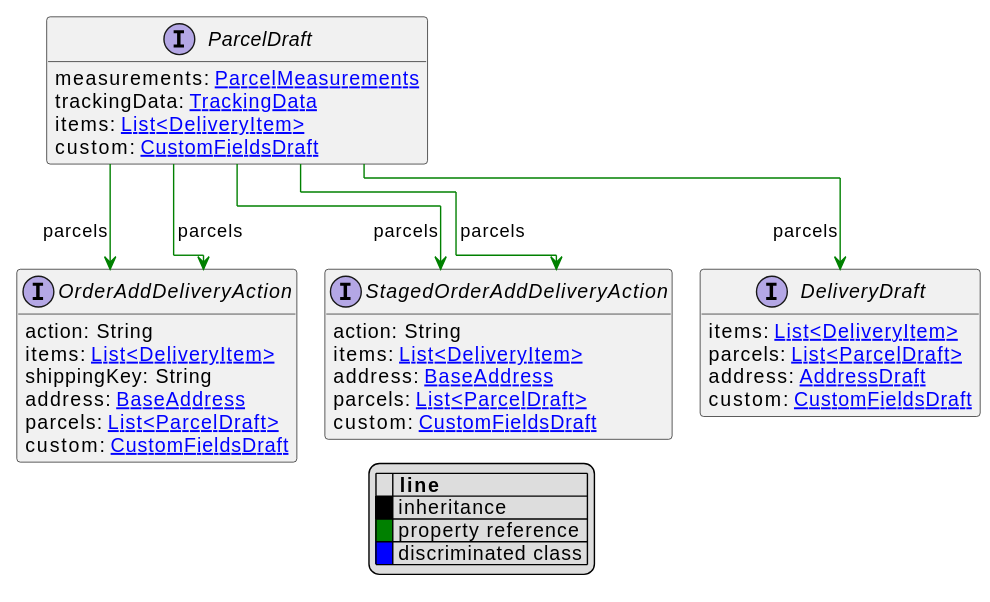
Above: uml/api/svg/ParcelDraft.svg in commercetools/commercetools-api-reference (PlantUML), before the change.
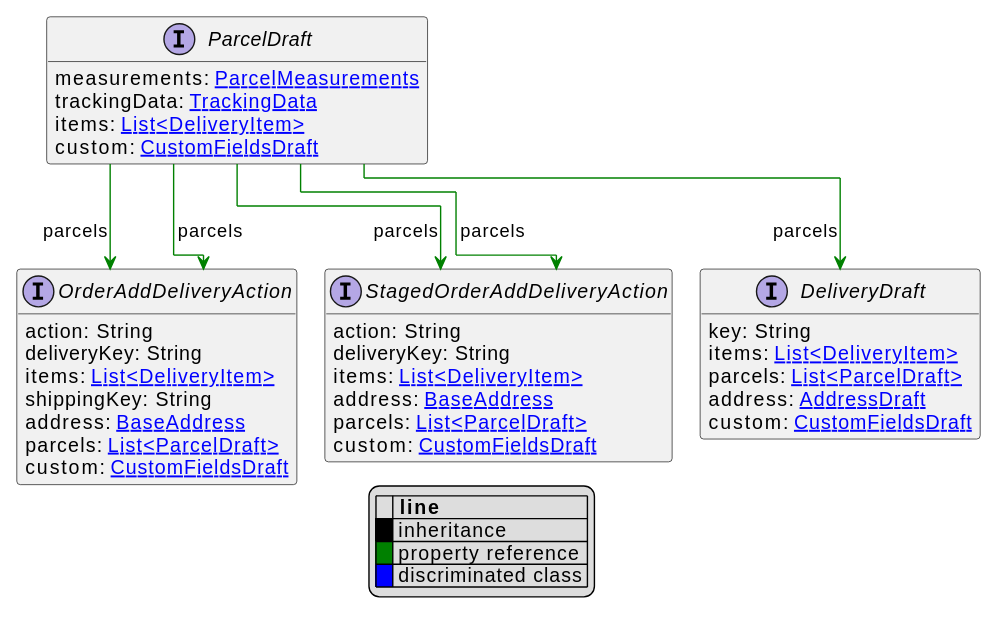
Above is the later version.

Change to the diagram source:
```diff
@@ -19,12 +19,14 @@
 
 interface StagedOrderAddDeliveryAction [[StagedOrderAddDeliveryAction.svg]]  {
     action: String
+    deliveryKey: String
     items: [[DeliveryItem.svg List<DeliveryItem>]]
     address: [[BaseAddress.svg BaseAddress]]
     parcels: [[ParcelDraft.svg List<ParcelDraft>]]
     custom: [[CustomFieldsDraft.svg CustomFieldsDraft]]
 }
 interface DeliveryDraft [[DeliveryDraft.svg]]  {
+    key: String
     items: [[DeliveryItem.svg List<DeliveryItem>]]
     parcels: [[ParcelDraft.svg List<ParcelDraft>]]
     address: [[AddressDraft.svg AddressDraft]]
@@ -32,6 +34,7 @@
 }
 interface OrderAddDeliveryAction [[OrderAddDeliveryAction.svg]]  {
     action: String
+    deliveryKey: String
     items: [[DeliveryItem.svg List<DeliveryItem>]]
     shippingKey: String
     address: [[BaseAddress.svg BaseAddress]]
```
